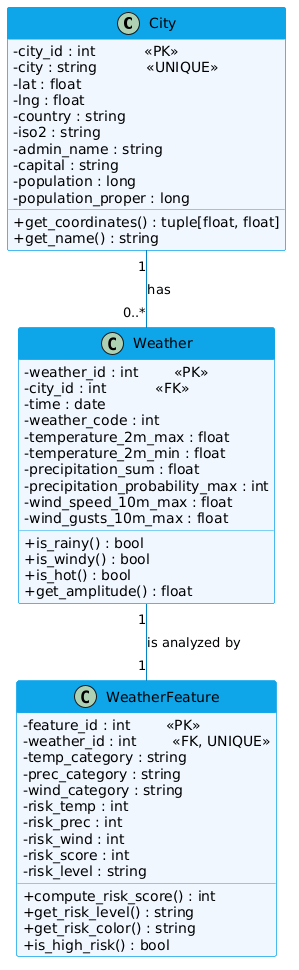
Earlier version of the PlantUML export UML/classe/classe_diag.png (Hanane2001/weather_pipeline). Its diagram source:
```plantuml
@startuml
skinparam classAttributeIconSize 0
skinparam class {
    BackgroundColor #f0f7ff
    BorderColor #0ea5e9
    ArrowColor #0284c7
    HeaderBackgroundColor #0ea5e9
    HeaderFontColor #ffffff
}

class City {
    - city_id : int           <<PK>>
    - city : string           <<UNIQUE>>
    - lat : float
    - lng : float
    - country : string
    - iso2 : string
    - admin_name : string
    - capital : string
    - population : long
    - population_proper : long
    __
    + get_coordinates() : tuple[float, float]
    + get_name() : string
}

class Weather {
    - weather_id : int        <<PK>>
    - city_id : int           <<FK>>
    - time : date
    - weather_code : int
    - temperature_2m_max : float
    - temperature_2m_min : float
    - precipitation_sum : float
    - precipitation_probability_max : int
    - wind_speed_10m_max : float
    - wind_gusts_10m_max : float
    __
    + is_rainy() : bool
    + is_windy() : bool
    + is_hot() : bool
    + get_amplitude() : float
}

class WeatherFeature {
    - feature_id : int        <<PK>>
    - weather_id : int        <<FK, UNIQUE>>
    - temp_category : string
    - prec_category : string
    - wind_category : string
    - risk_temp : int
    - risk_prec : int
    - risk_wind : int
    - risk_score : int
    - risk_level : string
    __
    + compute_risk_score() : int
    + get_risk_level() : string
    + get_risk_color() : string
    + is_high_risk() : bool
}

City "1" -- "0..*" Weather :  has
Weather "1" -- "1" WeatherFeature : is analyzed by
@enduml
```
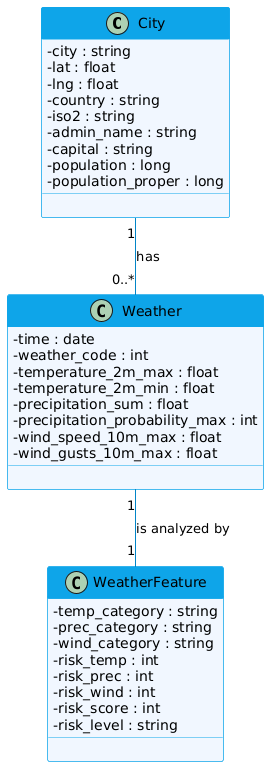
The same diagram one commit later.

Commit message:
corriger use case diagramme

The edit, as a diff of the source:
```diff
@@ -9,8 +9,7 @@
 }
 
 class City {
-    - city_id : int           <<PK>>
-    - city : string           <<UNIQUE>>
+    - city : string
     - lat : float
     - lng : float
     - country : string
@@ -20,13 +19,10 @@
     - population : long
     - population_proper : long
     __
-    + get_coordinates() : tuple[float, float]
-    + get_name() : string
+
 }
 
 class Weather {
-    - weather_id : int        <<PK>>
-    - city_id : int           <<FK>>
     - time : date
     - weather_code : int
     - temperature_2m_max : float
@@ -36,15 +32,10 @@
     - wind_speed_10m_max : float
     - wind_gusts_10m_max : float
     __
-    + is_rainy() : bool
-    + is_windy() : bool
-    + is_hot() : bool
-    + get_amplitude() : float
+
 }
 
 class WeatherFeature {
-    - feature_id : int        <<PK>>
-    - weather_id : int        <<FK, UNIQUE>>
     - temp_category : string
     - prec_category : string
     - wind_category : string
@@ -54,12 +45,9 @@
     - risk_score : int
     - risk_level : string
     __
-    + compute_risk_score() : int
-    + get_risk_level() : string
-    + get_risk_color() : string
-    + is_high_risk() : bool
+
 }
 
 City "1" -- "0..*" Weather :  has
-Weather "1" -- "1" WeatherFeature : is analyzed by
+Weather "1" -- "1" WeatherFeature :  is analyzed by
 @enduml
```
